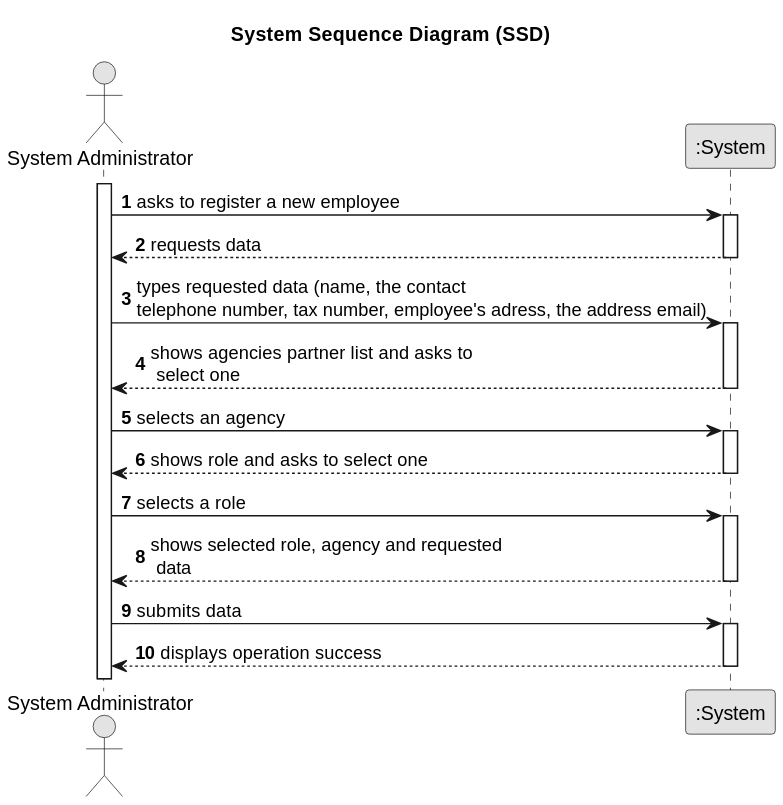
Before: docs/sprintB/us003/01.requirements-engineering/svg/us003-system-sequence-diagram.svg, a diagram exported from PlantUML (rita-barbosa/LAPR2-2223).
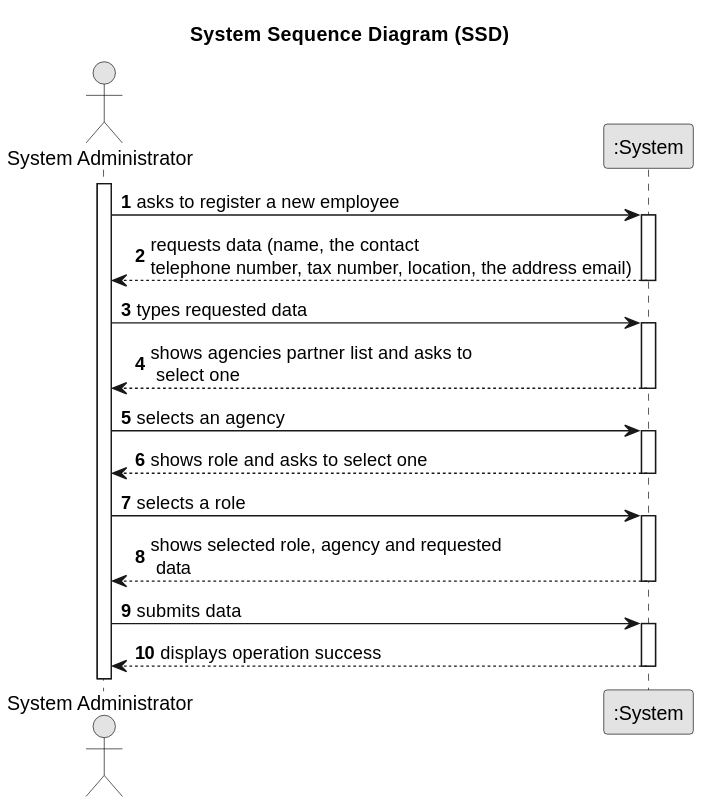
The same diagram one commit later.

Commit message:
Update SDD [US03][Requirements Engineering]

Diff of the diagram source:
```diff
@@ -15,10 +15,10 @@
     Employee -> System : asks to register a new employee
     activate System
 
-        System --> Employee : requests data
+        System --> Employee : requests data (name, the contact \ntelephone number, tax number, location, the address email)
     deactivate System
 
-    Employee -> System : types requested data (name, the contact \ntelephone number, tax number, employee's adress, the address email)
+    Employee -> System : types requested data
     activate System
 
         System --> Employee : shows agencies partner list and asks to \n select one
```
